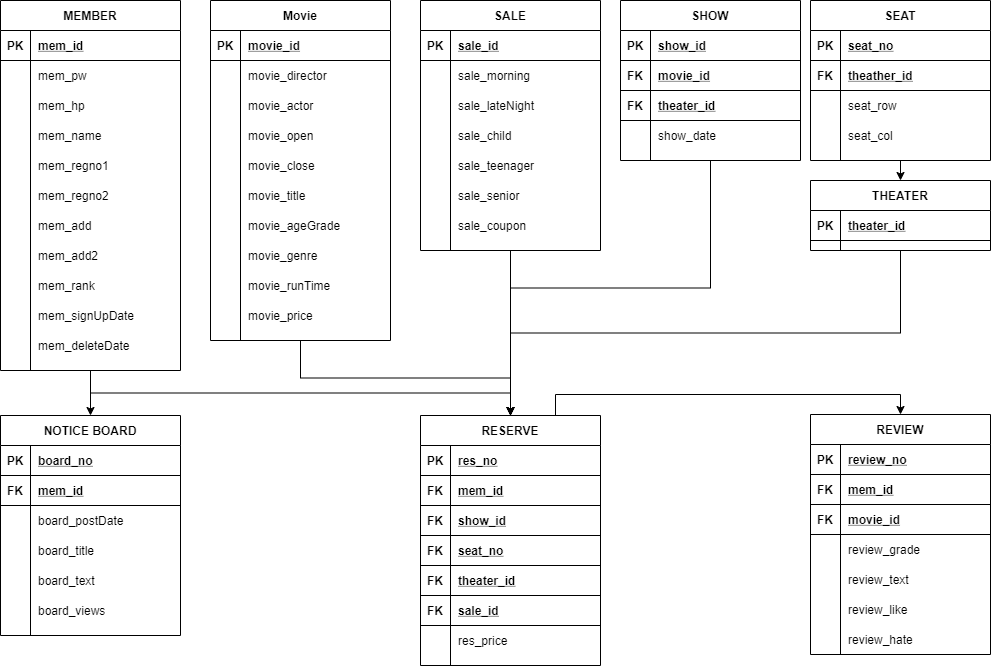
Before: DB Concept/theater_structure.png, a diagram exported from draw.io (KOR-SHIN/basic_project). Source tidied: cells renumbered, new cells last; positions are measured from the earlier drawing's top-left corner, leaving out a move shared by most shapes.
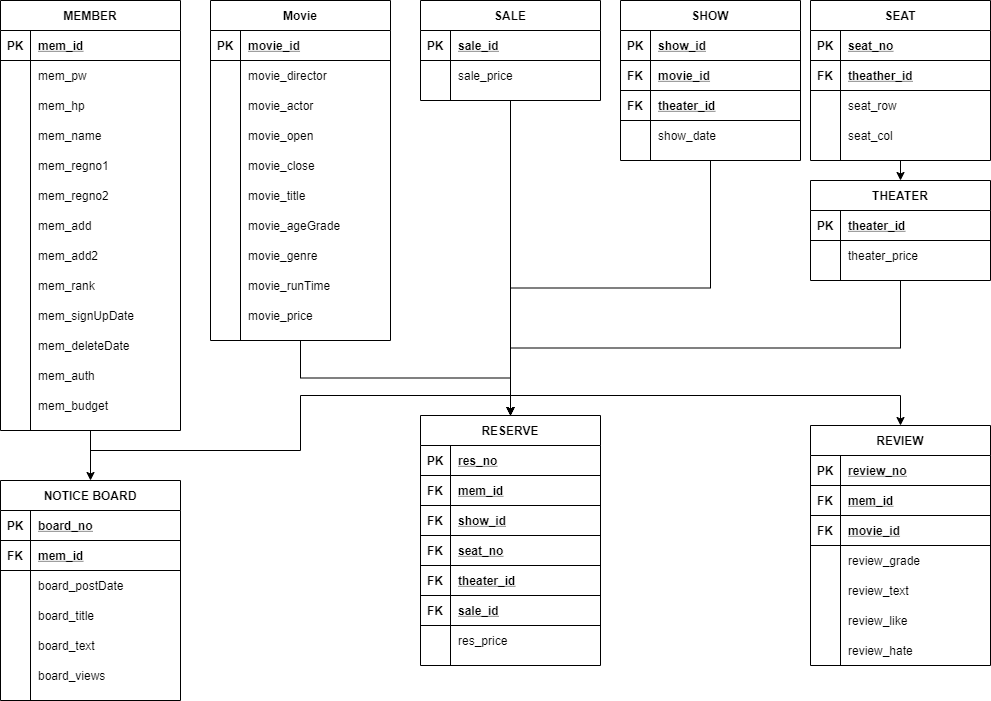
The same file after the commit.

Change to the diagram source:
```diff
@@ -8,7 +8,7 @@
     <mxCell id="3" style="edgeStyle=orthogonalEdgeStyle;rounded=0;jettySize=auto;html=1;exitX=0.5;exitY=1;exitDx=0;exitDy=0;entryX=0.5;entryY=0;entryDx=0;entryDy=0;" parent="1" edge="1" source="62" target="149">
       <mxGeometry relative="1" as="geometry" />
     </mxCell>
-    <mxCell id="4" style="edgeStyle=orthogonalEdgeStyle;rounded=0;jettySize=auto;html=1;exitX=0.75;exitY=0;exitDx=0;exitDy=0;entryX=0.5;entryY=0;entryDx=0;entryDy=0;" parent="1" edge="1" source="5" target="168">
+    <mxCell id="4" style="edgeStyle=orthogonalEdgeStyle;rounded=0;jettySize=auto;html=1;exitX=0.5;exitY=0;exitDx=0;exitDy=0;entryX=0.5;entryY=0;entryDx=0;entryDy=0;" parent="1" edge="1" source="5" target="168">
       <mxGeometry relative="1" as="geometry" />
     </mxCell>
     <mxCell id="5" value="RESERVE" style="shape=table;startSize=30;rowLines=0;fontStyle=1;align=center;" parent="1" vertex="1">
@@ -83,8 +83,10 @@
     <mxCell id="28" style="edgeStyle=orthogonalEdgeStyle;rounded=0;jettySize=auto;html=1;exitX=0.5;exitY=1;exitDx=0;exitDy=0;entryX=0.5;entryY=0;entryDx=0;entryDy=0;" parent="1" edge="1" source="96" target="5">
       <mxGeometry relative="1" as="geometry" />
     </mxCell>
-    <mxCell id="29" style="edgeStyle=orthogonalEdgeStyle;rounded=0;jettySize=auto;html=1;exitX=0.5;exitY=1;exitDx=0;exitDy=0;entryX=0.5;entryY=0;entryDx=0;entryDy=0;" parent="1" edge="1" source="100" target="96">
-      <mxGeometry relative="1" as="geometry" />
+    <mxCell id="29" style="edgeStyle=orthogonalEdgeStyle;rounded=0;jettySize=auto;html=1;exitX=0.5;exitY=1;exitDx=0;exitDy=0;entryX=0.5;entryY=0;entryDx=0;entryDy=0;" parent="1" edge="1" source="100">
+      <mxGeometry relative="1" as="geometry">
+        <mxPoint x="900" y="180" as="targetPoint" />
+      </mxGeometry>
     </mxCell>
     <mxCell id="30" style="edgeStyle=orthogonalEdgeStyle;rounded=0;jettySize=auto;html=1;exitX=0.5;exitY=1;exitDx=0;exitDy=0;entryX=0.5;entryY=0;entryDx=0;entryDy=0;" parent="1" edge="1" source="31" target="5">
       <mxGeometry relative="1" as="geometry" />
@@ -183,7 +185,7 @@
       <mxGeometry x="30" width="150" height="30" as="geometry" />
     </mxCell>
     <mxCell id="62" value="MEMBER" style="shape=table;startSize=30;rowLines=0;fontStyle=1;align=center;" parent="1" vertex="1">
-      <mxGeometry width="180" height="370" as="geometry" />
+      <mxGeometry width="180" height="430" as="geometry" />
     </mxCell>
     <mxCell id="63" style="shape=partialRectangle;fillColor=none;top=0;left=0;bottom=1;right=0;" parent="62" vertex="1">
       <mxGeometry y="30" width="180" height="30" as="geometry" />
@@ -284,18 +286,24 @@
     <mxCell id="95" value="mem_deleteDate" style="shape=partialRectangle;fillColor=none;top=0;left=0;bottom=0;right=0;align=left;spacingLeft=6;overflow=hidden;" parent="93" vertex="1">
       <mxGeometry x="30" width="150" height="30" as="geometry" />
     </mxCell>
-    <mxCell id="96" value="THEATER" style="shape=table;startSize=30;rowLines=0;fontStyle=1;align=center;" parent="1" vertex="1">
-      <mxGeometry x="810" y="180" width="180" height="70" as="geometry" />
-    </mxCell>
-    <mxCell id="97" style="shape=partialRectangle;fillColor=none;top=0;left=0;bottom=1;right=0;" parent="96" vertex="1">
-      <mxGeometry y="30" width="180" height="30" as="geometry" />
-    </mxCell>
-    <mxCell id="98" value="PK" style="shape=partialRectangle;fillColor=none;top=0;left=0;bottom=0;right=0;fontStyle=1;overflow=hidden;" parent="97" vertex="1">
-      <mxGeometry width="30" height="30" as="geometry" />
-    </mxCell>
-    <mxCell id="99" value="theater_id" style="shape=partialRectangle;fillColor=none;top=0;left=0;bottom=0;right=0;align=left;spacingLeft=6;fontStyle=5;overflow=hidden;" parent="97" vertex="1">
-      <mxGeometry x="30" width="150" height="30" as="geometry" />
-    </mxCell>
+    <mxCell id="190" style="shape=partialRectangle;fillColor=none;top=0;left=0;bottom=0;right=0;" parent="62" vertex="1">
+      <mxGeometry y="360" width="180" height="30" as="geometry" />
+    </mxCell>
+    <mxCell id="191" style="shape=partialRectangle;fillColor=none;top=0;left=0;bottom=0;right=0;overflow=hidden;" parent="190" vertex="1">
+      <mxGeometry width="30" height="30" as="geometry" />
+    </mxCell>
+    <mxCell id="192" value="mem_auth" style="shape=partialRectangle;fillColor=none;top=0;left=0;bottom=0;right=0;align=left;spacingLeft=6;overflow=hidden;" parent="190" vertex="1">
+      <mxGeometry x="30" width="150" height="30" as="geometry" />
+    </mxCell>
+    <mxCell id="193" style="shape=partialRectangle;fillColor=none;top=0;left=0;bottom=0;right=0;" parent="62" vertex="1">
+      <mxGeometry y="390" width="180" height="30" as="geometry" />
+    </mxCell>
+    <mxCell id="194" style="shape=partialRectangle;fillColor=none;top=0;left=0;bottom=0;right=0;overflow=hidden;" parent="193" vertex="1">
+      <mxGeometry width="30" height="30" as="geometry" />
+    </mxCell>
+    <mxCell id="195" value="mem_budget" style="shape=partialRectangle;fillColor=none;top=0;left=0;bottom=0;right=0;align=left;spacingLeft=6;overflow=hidden;" parent="193" vertex="1">
+      <mxGeometry x="30" width="150" height="30" as="geometry" />
+    </mxCell>
     <mxCell id="100" value="SEAT" style="shape=table;startSize=30;rowLines=0;fontStyle=1;align=center;" parent="1" vertex="1">
       <mxGeometry x="810" width="180" height="160" as="geometry" />
     </mxCell>
@@ -336,7 +344,7 @@
       <mxGeometry x="30" width="150" height="30" as="geometry" />
     </mxCell>
     <mxCell id="113" value="SALE" style="shape=table;startSize=30;rowLines=0;fontStyle=1;align=center;" parent="1" vertex="1">
-      <mxGeometry x="420" width="180" height="250" as="geometry" />
+      <mxGeometry x="420" width="180" height="100" as="geometry" />
     </mxCell>
     <mxCell id="114" style="shape=partialRectangle;fillColor=none;top=0;left=0;bottom=1;right=0;" parent="113" vertex="1">
       <mxGeometry y="30" width="180" height="30" as="geometry" />
@@ -347,60 +355,15 @@
     <mxCell id="116" value="sale_id" style="shape=partialRectangle;fillColor=none;top=0;left=0;bottom=0;right=0;align=left;spacingLeft=6;fontStyle=5;overflow=hidden;" parent="114" vertex="1">
       <mxGeometry x="30" width="150" height="30" as="geometry" />
     </mxCell>
-    <mxCell id="117" style="shape=partialRectangle;fillColor=none;top=0;left=0;bottom=0;right=0;" parent="113" vertex="1">
-      <mxGeometry y="60" width="180" height="30" as="geometry" />
-    </mxCell>
-    <mxCell id="118" style="shape=partialRectangle;fillColor=none;top=0;left=0;bottom=0;right=0;overflow=hidden;" parent="117" vertex="1">
-      <mxGeometry width="30" height="30" as="geometry" />
-    </mxCell>
-    <mxCell id="119" value="sale_morning" style="shape=partialRectangle;fillColor=none;top=0;left=0;bottom=0;right=0;align=left;spacingLeft=6;overflow=hidden;" parent="117" vertex="1">
-      <mxGeometry x="30" width="150" height="30" as="geometry" />
-    </mxCell>
     <mxCell id="120" style="shape=partialRectangle;fillColor=none;top=0;left=0;bottom=0;right=0;" parent="113" vertex="1">
-      <mxGeometry y="90" width="180" height="30" as="geometry" />
+      <mxGeometry y="60" width="180" height="30" as="geometry" />
     </mxCell>
     <mxCell id="121" style="shape=partialRectangle;fillColor=none;top=0;left=0;bottom=0;right=0;overflow=hidden;" parent="120" vertex="1">
       <mxGeometry width="30" height="30" as="geometry" />
     </mxCell>
-    <mxCell id="122" value="sale_lateNight" style="shape=partialRectangle;fillColor=none;top=0;left=0;bottom=0;right=0;align=left;spacingLeft=6;overflow=hidden;" parent="120" vertex="1">
+    <mxCell id="122" value="sale_price" style="shape=partialRectangle;fillColor=none;top=0;left=0;bottom=0;right=0;align=left;spacingLeft=6;overflow=hidden;" parent="120" vertex="1">
       <mxGeometry x="30" width="150" height="30" as="geometry" />
     </mxCell>
-    <mxCell id="123" style="shape=partialRectangle;fillColor=none;top=0;left=0;bottom=0;right=0;" parent="113" vertex="1">
-      <mxGeometry y="120" width="180" height="30" as="geometry" />
-    </mxCell>
-    <mxCell id="124" style="shape=partialRectangle;fillColor=none;top=0;left=0;bottom=0;right=0;overflow=hidden;" parent="123" vertex="1">
-      <mxGeometry width="30" height="30" as="geometry" />
-    </mxCell>
-    <mxCell id="125" value="sale_child" style="shape=partialRectangle;fillColor=none;top=0;left=0;bottom=0;right=0;align=left;spacingLeft=6;overflow=hidden;" parent="123" vertex="1">
-      <mxGeometry x="30" width="150" height="30" as="geometry" />
-    </mxCell>
-    <mxCell id="126" style="shape=partialRectangle;fillColor=none;top=0;left=0;bottom=0;right=0;" parent="113" vertex="1">
-      <mxGeometry y="150" width="180" height="30" as="geometry" />
-    </mxCell>
-    <mxCell id="127" style="shape=partialRectangle;fillColor=none;top=0;left=0;bottom=0;right=0;overflow=hidden;" parent="126" vertex="1">
-      <mxGeometry width="30" height="30" as="geometry" />
-    </mxCell>
-    <mxCell id="128" value="sale_teenager" style="shape=partialRectangle;fillColor=none;top=0;left=0;bottom=0;right=0;align=left;spacingLeft=6;overflow=hidden;" parent="126" vertex="1">
-      <mxGeometry x="30" width="150" height="30" as="geometry" />
-    </mxCell>
-    <mxCell id="129" style="shape=partialRectangle;fillColor=none;top=0;left=0;bottom=0;right=0;" parent="113" vertex="1">
-      <mxGeometry y="180" width="180" height="30" as="geometry" />
-    </mxCell>
-    <mxCell id="130" style="shape=partialRectangle;fillColor=none;top=0;left=0;bottom=0;right=0;overflow=hidden;" parent="129" vertex="1">
-      <mxGeometry width="30" height="30" as="geometry" />
-    </mxCell>
-    <mxCell id="131" value="sale_senior" style="shape=partialRectangle;fillColor=none;top=0;left=0;bottom=0;right=0;align=left;spacingLeft=6;overflow=hidden;" parent="129" vertex="1">
-      <mxGeometry x="30" width="150" height="30" as="geometry" />
-    </mxCell>
-    <mxCell id="132" style="shape=partialRectangle;fillColor=none;top=0;left=0;bottom=0;right=0;" parent="113" vertex="1">
-      <mxGeometry y="210" width="180" height="30" as="geometry" />
-    </mxCell>
-    <mxCell id="133" style="shape=partialRectangle;fillColor=none;top=0;left=0;bottom=0;right=0;overflow=hidden;" parent="132" vertex="1">
-      <mxGeometry width="30" height="30" as="geometry" />
-    </mxCell>
-    <mxCell id="134" value="sale_coupon" style="shape=partialRectangle;fillColor=none;top=0;left=0;bottom=0;right=0;align=left;spacingLeft=6;overflow=hidden;" parent="132" vertex="1">
-      <mxGeometry x="30" width="150" height="30" as="geometry" />
-    </mxCell>
     <mxCell id="135" style="edgeStyle=orthogonalEdgeStyle;rounded=0;jettySize=auto;html=1;exitX=0.5;exitY=1;exitDx=0;exitDy=0;entryX=0.5;entryY=0;entryDx=0;entryDy=0;" parent="1" edge="1" source="136" target="5">
       <mxGeometry relative="1" as="geometry" />
     </mxCell>
@@ -444,7 +407,7 @@
       <mxGeometry x="30" width="150" height="30" as="geometry" />
     </mxCell>
     <mxCell id="149" value="NOTICE BOARD" style="shape=table;startSize=30;rowLines=0;fontStyle=1;align=center;" parent="1" vertex="1">
-      <mxGeometry y="415" width="180" height="220" as="geometry" />
+      <mxGeometry y="480" width="180" height="220" as="geometry" />
     </mxCell>
     <mxCell id="150" style="shape=partialRectangle;fillColor=none;top=0;left=0;bottom=1;right=0;" parent="149" vertex="1">
       <mxGeometry y="30" width="180" height="30" as="geometry" />
@@ -500,8 +463,29 @@
     <mxCell id="167" value="board_views" style="shape=partialRectangle;fillColor=none;top=0;left=0;bottom=0;right=0;align=left;spacingLeft=6;overflow=hidden;" parent="165" vertex="1">
       <mxGeometry x="30" width="150" height="30" as="geometry" />
     </mxCell>
+    <mxCell id="96" value="THEATER" style="shape=table;startSize=30;rowLines=0;fontStyle=1;align=center;" parent="1" vertex="1">
+      <mxGeometry x="810" y="180" width="180" height="100" as="geometry" />
+    </mxCell>
+    <mxCell id="97" style="shape=partialRectangle;fillColor=none;top=0;left=0;bottom=1;right=0;" parent="96" vertex="1">
+      <mxGeometry y="30" width="180" height="30" as="geometry" />
+    </mxCell>
+    <mxCell id="98" value="PK" style="shape=partialRectangle;fillColor=none;top=0;left=0;bottom=0;right=0;fontStyle=1;overflow=hidden;" parent="97" vertex="1">
+      <mxGeometry width="30" height="30" as="geometry" />
+    </mxCell>
+    <mxCell id="99" value="theater_id" style="shape=partialRectangle;fillColor=none;top=0;left=0;bottom=0;right=0;align=left;spacingLeft=6;fontStyle=5;overflow=hidden;" parent="97" vertex="1">
+      <mxGeometry x="30" width="150" height="30" as="geometry" />
+    </mxCell>
+    <mxCell id="117" style="shape=partialRectangle;fillColor=none;top=0;left=0;bottom=0;right=0;" parent="96" vertex="1">
+      <mxGeometry y="60" width="180" height="30" as="geometry" />
+    </mxCell>
+    <mxCell id="196" style="shape=partialRectangle;fillColor=none;top=0;left=0;bottom=0;right=0;overflow=hidden;" parent="117" vertex="1">
+      <mxGeometry width="30" height="30" as="geometry" />
+    </mxCell>
+    <mxCell id="197" value="theater_price" style="shape=partialRectangle;fillColor=none;top=0;left=0;bottom=0;right=0;align=left;spacingLeft=6;overflow=hidden;" parent="117" vertex="1">
+      <mxGeometry x="30" width="150" height="30" as="geometry" />
+    </mxCell>
     <mxCell id="168" value="REVIEW" style="shape=table;startSize=30;rowLines=0;fontStyle=1;align=center;" parent="1" vertex="1">
-      <mxGeometry x="810" y="414" width="180" height="240" as="geometry" />
+      <mxGeometry x="810" y="425" width="180" height="240" as="geometry" />
     </mxCell>
     <mxCell id="169" style="shape=partialRectangle;fillColor=none;top=0;left=0;bottom=1;right=0;" parent="168" vertex="1">
       <mxGeometry y="30" width="180" height="30" as="geometry" />
```
